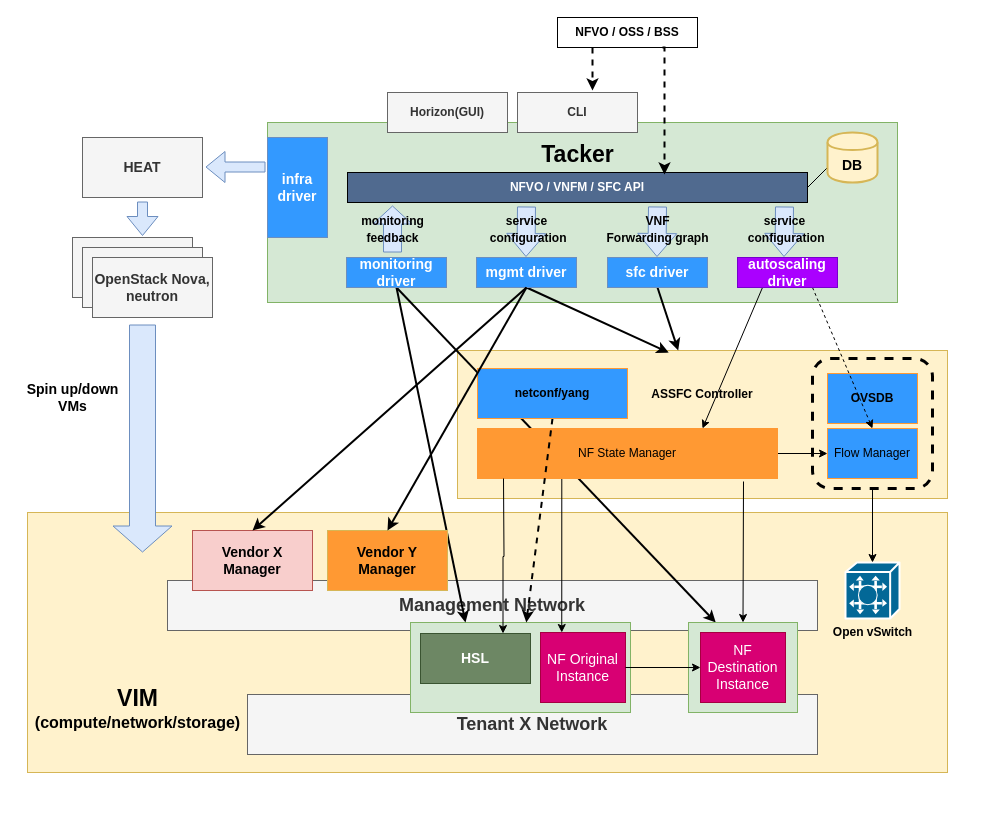
Above: ASSFC Arch.drawio in nhbinh/draw.io (draw.io), before the change. Source tidied: cells renumbered, new cells numbered last; positions are measured from the earlier drawing's top-left corner, leaving out a move shared by most shapes. Both pictures are drawn from the tidied source at 100%, with x=0, y=0 at pixel (17, 17).
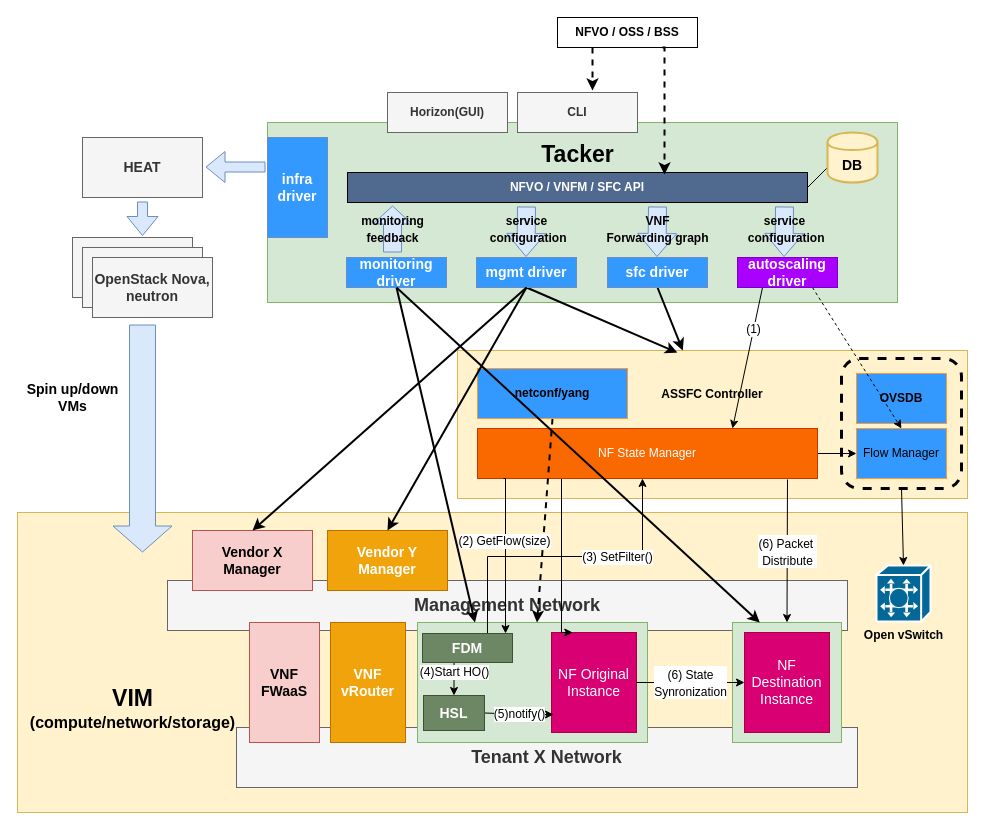
Above is the later version.

The change refers to these unchanged cells:
```xml
<mxCell id="18" value="&lt;b style=&quot;font-size: 14px;&quot;&gt;&lt;font color=&quot;#ffffff&quot; style=&quot;font-size: 14px;&quot;&gt;monitoring driver&lt;/font&gt;&lt;/b&gt;" style="rounded=0;whiteSpace=wrap;html=1;fillColor=#3399FF;strokeColor=#6c8ebf;fontSize=14;flipH=0;" parent="1" vertex="1">
  <mxGeometry x="329" y="240" width="100" height="30" as="geometry" />
</mxCell>
<mxCell id="55" style="edgeStyle=none;rounded=0;jettySize=auto;html=1;exitX=0.25;exitY=1;exitDx=0;exitDy=0;entryX=0.75;entryY=0;entryDx=0;entryDy=0;labelBackgroundColor=none;startArrow=none;startFill=0;endArrow=classic;endFill=1;strokeWidth=1;fontSize=14;fontColor=#000000;" parent="1" edge="1" source="57" target="27">
  <mxGeometry relative="1" as="geometry" />
</mxCell>
```

Diff of the diagram source:
```diff
@@
     <mxCell id="2" style="rounded=0;whiteSpace=wrap;html=1;strokeColor=#d6b656;fillColor=#fff2cc;" parent="1" vertex="1">
-      <mxGeometry x="10" y="495" width="920" height="260" as="geometry" />
+      <mxGeometry y="495" width="950" height="300" as="geometry" />
     </mxCell>
     <mxCell id="3" value="&lt;font size=&quot;1&quot;&gt;&lt;b style=&quot;font-size: 18px&quot;&gt;Tenant X Network&lt;/b&gt;&lt;/font&gt;" style="rounded=0;whiteSpace=wrap;html=1;strokeColor=#666666;fillColor=#f5f5f5;fontColor=#333333;" parent="1" vertex="1">
-      <mxGeometry x="230" y="677" width="570" height="60" as="geometry" />
+      <mxGeometry x="219" y="710" width="621" height="60" as="geometry" />
     </mxCell>
     <mxCell id="4" value="&lt;font size=&quot;1&quot;&gt;&lt;b style=&quot;font-size: 18px&quot;&gt;Management Network&lt;/b&gt;&lt;/font&gt;" style="rounded=0;whiteSpace=wrap;html=1;strokeColor=#666666;fillColor=#f5f5f5;fontColor=#333333;" parent="1" vertex="1">
-      <mxGeometry x="150" y="563" width="650" height="50" as="geometry" />
+      <mxGeometry x="150" y="563" width="680" height="50" as="geometry" />
     </mxCell>
     <mxCell id="5" style="rounded=0;whiteSpace=wrap;html=1;strokeColor=#82b366;strokeWidth=1;fillColor=#d5e8d4;fontSize=14;" parent="1" vertex="1">
-      <mxGeometry x="393" y="605" width="220" height="90" as="geometry" />
+      <mxGeometry x="400" y="605" width="230" height="120" as="geometry" />
     </mxCell>
     <mxCell id="6" value="NF Original Instance" style="rounded=0;whiteSpace=wrap;html=1;strokeColor=#A50040;strokeWidth=1;fillColor=#d80073;fontSize=14;fontColor=#ffffff;" parent="1" vertex="1">
-      <mxGeometry x="523" y="615" width="85" height="70" as="geometry" />
+      <mxGeometry x="534" y="615" width="85" height="100" as="geometry" />
     </mxCell>
     <mxCell id="7" value="&lt;b&gt;ASSFC Controller&lt;/b&gt;" style="rounded=0;whiteSpace=wrap;html=1;strokeColor=#d6b656;fillColor=#fff2cc;spacingTop=-60;" parent="1" vertex="1">
-      <mxGeometry x="440" y="333" width="490" height="148" as="geometry" />
+      <mxGeometry x="440" y="333" width="510" height="148" as="geometry" />
     </mxCell>
     <mxCell id="8" style="rounded=1;whiteSpace=wrap;html=1;strokeColor=#000000;fillColor=none;fontSize=14;fontColor=#000000;dashed=1;strokeWidth=3;" parent="1" vertex="1">
-      <mxGeometry x="795" y="341" width="120" height="130" as="geometry" />
+      <mxGeometry x="824" y="341" width="120" height="130" as="geometry" />
     </mxCell>
@@
-    <mxCell id="17" style="edgeStyle=none;rounded=0;jettySize=auto;html=1;exitX=0.5;exitY=1;exitDx=0;exitDy=0;entryX=0.25;entryY=0;entryDx=0;entryDy=0;strokeWidth=2;" parent="1" edge="1" source="18" target="36">
-      <mxGeometry relative="1" as="geometry" />
-    </mxCell>
@@
-    <mxCell id="25" style="rounded=0;jettySize=auto;html=1;entryX=0.5;entryY=0;entryDx=0;entryDy=0;fontSize=14;fontColor=#000000;" parent="1" edge="1" target="36">
+    <mxCell id="25" value="&lt;span style=&quot;font-size: 12px&quot;&gt;(6) Packet&amp;nbsp;&lt;br&gt;Distribute&lt;br&gt;&lt;/span&gt;" style="rounded=0;jettySize=auto;html=1;entryX=0.5;entryY=0;entryDx=0;entryDy=0;fontSize=14;fontColor=#000000;" parent="1" edge="1" target="36">
       <mxGeometry relative="1" as="geometry">
-        <mxPoint x="726" y="464" as="sourcePoint" />
+        <mxPoint x="770" y="462" as="sourcePoint" />
       </mxGeometry>
     </mxCell>
@@
-    <mxCell id="27" value="NF State Manager" style="rounded=0;whiteSpace=wrap;html=1;strokeColor=#FF9933;fillColor=#FF9933;" parent="1" vertex="1">
-      <mxGeometry x="460" y="411" width="300" height="50" as="geometry" />
+    <mxCell id="27" value="NF State Manager" style="rounded=0;whiteSpace=wrap;html=1;strokeColor=#C73500;fillColor=#fa6800;fontColor=#ffffff;" parent="1" vertex="1">
+      <mxGeometry x="460" y="411" width="340" height="50" as="geometry" />
     </mxCell>
     <mxCell id="28" value="Flow Manager" style="rounded=0;whiteSpace=wrap;html=1;strokeColor=#FF9933;fillColor=#3399FF;" parent="1" vertex="1">
-      <mxGeometry x="810" y="411" width="90" height="50" as="geometry" />
+      <mxGeometry x="839" y="411" width="90" height="50" as="geometry" />
     </mxCell>
     <mxCell id="29" value="&lt;b&gt;Open vSwitch&lt;/b&gt;" style="shape=mxgraph.cisco.switches.programmable_switch;html=1;dashed=0;fillColor=#036897;strokeColor=#ffffff;strokeWidth=2;verticalLabelPosition=bottom;verticalAlign=top;" parent="1" vertex="1">
-      <mxGeometry x="828" y="545" width="54" height="56" as="geometry" />
+      <mxGeometry x="859" y="548" width="54" height="56" as="geometry" />
     </mxCell>
@@
-    <mxCell id="31" value="&lt;b&gt;&lt;font style=&quot;font-size: 14px&quot;&gt;Vendor Y Manager&lt;/font&gt;&lt;/b&gt;" style="rounded=0;whiteSpace=wrap;html=1;strokeColor=#d6b656;fillColor=#FF9933;" parent="1" vertex="1">
+    <mxCell id="31" value="&lt;b&gt;&lt;font style=&quot;font-size: 14px&quot;&gt;Vendor Y Manager&lt;/font&gt;&lt;/b&gt;" style="rounded=0;whiteSpace=wrap;html=1;strokeColor=#BD7000;fillColor=#f0a30a;fontColor=#ffffff;" parent="1" vertex="1">
       <mxGeometry x="310" y="513" width="120" height="60" as="geometry" />
     </mxCell>
     <mxCell id="32" value="&lt;b&gt;OVSDB&lt;/b&gt;" style="rounded=0;whiteSpace=wrap;html=1;strokeColor=#FF9933;fillColor=#3399FF;" parent="1" vertex="1">
-      <mxGeometry x="810" y="356" width="90" height="50" as="geometry" />
+      <mxGeometry x="839" y="356" width="90" height="50" as="geometry" />
     </mxCell>
@@
     <mxCell id="36" style="rounded=0;whiteSpace=wrap;html=1;strokeColor=#82b366;strokeWidth=1;fillColor=#d5e8d4;fontSize=14;" parent="1" vertex="1">
-      <mxGeometry x="671" y="605" width="109" height="90" as="geometry" />
+      <mxGeometry x="715" y="605" width="109" height="120" as="geometry" />
     </mxCell>
     <mxCell id="37" value="NF Destination Instance" style="rounded=0;whiteSpace=wrap;html=1;strokeColor=#A50040;strokeWidth=1;fillColor=#d80073;fontSize=14;fontColor=#ffffff;" parent="1" vertex="1">
-      <mxGeometry x="683" y="615" width="85" height="70" as="geometry" />
+      <mxGeometry x="727" y="615" width="85" height="100" as="geometry" />
     </mxCell>
-    <mxCell id="38" style="edgeStyle=none;rounded=0;jettySize=auto;html=1;fontSize=14;fontColor=#000000;" parent="1" edge="1" source="6" target="37">
+    <mxCell id="38" value="&lt;font style=&quot;font-size: 12px&quot;&gt;(6) State&lt;br&gt;Synronization&lt;br&gt;&lt;/font&gt;" style="edgeStyle=none;rounded=0;jettySize=auto;html=1;fontSize=14;fontColor=#000000;" parent="1" edge="1" source="6" target="37">
       <mxGeometry relative="1" as="geometry" />
     </mxCell>
+    <mxCell id="62" style="rounded=0;jettySize=auto;html=1;edgeStyle=orthogonalEdgeStyle;" parent="1" edge="1" target="27">
+      <mxGeometry relative="1" as="geometry">
+        <mxPoint x="470" y="617" as="sourcePoint" />
+        <Array as="points">
+          <mxPoint x="470" y="617" />
+          <mxPoint x="470" y="539" />
+          <mxPoint x="625" y="539" />
+        </Array>
+      </mxGeometry>
+    </mxCell>
+    <mxCell id="63" value="(3) SetFilter()" style="text;html=1;align=center;verticalAlign=middle;labelBackgroundColor=#ffffff;" parent="62" vertex="1">
+      <mxGeometry x="0.33" relative="1" as="geometry" />
+    </mxCell>
+    <mxCell id="64" value="&lt;font style=&quot;font-size: 12px&quot;&gt;(4)Start HO()&lt;/font&gt;" style="edgeStyle=orthogonalEdgeStyle;rounded=0;jettySize=auto;html=1;exitX=0.5;exitY=1;exitDx=0;exitDy=0;entryX=0.5;entryY=0;entryDx=0;entryDy=0;" parent="1" edge="1" source="39" target="68">
+      <mxGeometry relative="1" as="geometry" />
+    </mxCell>
-    <mxCell id="39" value="&lt;b&gt;HSL&lt;/b&gt;" style="rounded=0;whiteSpace=wrap;html=1;strokeColor=#3A5431;strokeWidth=1;fillColor=#6d8764;fontSize=14;fontColor=#ffffff;" parent="1" vertex="1">
-      <mxGeometry x="403" y="616" width="110" height="50" as="geometry" />
+    <mxCell id="39" value="&lt;b&gt;FDM&lt;/b&gt;" style="rounded=0;whiteSpace=wrap;html=1;strokeColor=#3A5431;strokeWidth=1;fillColor=#6d8764;fontSize=14;fontColor=#ffffff;" parent="1" vertex="1">
+      <mxGeometry x="405" y="616" width="90" height="29" as="geometry" />
     </mxCell>
@@
-    <mxCell id="50" style="edgeStyle=orthogonalEdgeStyle;rounded=0;jettySize=auto;html=1;entryX=0.75;entryY=0;entryDx=0;entryDy=0;labelBackgroundColor=none;fontSize=14;fontColor=#000000;" parent="1" edge="1" target="39">
+    <mxCell id="50" style="edgeStyle=orthogonalEdgeStyle;rounded=0;orthogonalLoop=1;jettySize=auto;html=1;labelBackgroundColor=none;fontSize=14;fontColor=#000000;" parent="1" edge="1">
       <mxGeometry relative="1" as="geometry">
         <mxPoint x="486" y="461" as="sourcePoint" />
+        <mxPoint x="488" y="616" as="targetPoint" />
+        <Array as="points">
+          <mxPoint x="488" y="461" />
+        </Array>
       </mxGeometry>
     </mxCell>
+    <mxCell id="65" value="(2) GetFlow(size)" style="text;html=1;align=center;verticalAlign=middle;labelBackgroundColor=#ffffff;" parent="50" vertex="1">
+      <mxGeometry x="-0.18" y="-2" relative="1" as="geometry" />
+    </mxCell>
@@
+    <mxCell id="66" value="(1)" style="text;html=1;align=center;verticalAlign=middle;labelBackgroundColor=#ffffff;" parent="55" vertex="1">
+      <mxGeometry x="-0.4" y="-1" relative="1" as="geometry" />
+    </mxCell>
@@
     <mxCell id="61" value="&lt;b&gt;&lt;font&gt;&lt;span style=&quot;font-size: 23px&quot;&gt;VIM&lt;/span&gt;&lt;br&gt;&lt;font style=&quot;font-size: 16px&quot;&gt;(compute/network/storage)&lt;/font&gt;&lt;br&gt;&lt;/font&gt;&lt;/b&gt;" style="text;html=1;align=center;verticalAlign=top;spacingTop=-4;" parent="1" vertex="1">
-      <mxGeometry x="10" y="665" width="220" height="30" as="geometry" />
+      <mxGeometry x="5" y="665" width="220" height="30" as="geometry" />
     </mxCell>
+    <mxCell id="67" value="&lt;font style=&quot;font-size: 12px&quot;&gt;(5)notify()&lt;/font&gt;" style="rounded=0;jettySize=auto;html=1;exitX=1;exitY=0.5;exitDx=0;exitDy=0;entryX=0.024;entryY=0.82;entryDx=0;entryDy=0;entryPerimeter=0;" parent="1" edge="1" source="68" target="6">
+      <mxGeometry relative="1" as="geometry">
+        <Array as="points">
+          <mxPoint x="510" y="697" />
+        </Array>
+      </mxGeometry>
+    </mxCell>
+    <mxCell id="68" value="&lt;b&gt;HSL&lt;/b&gt;" style="rounded=0;whiteSpace=wrap;html=1;strokeColor=#3A5431;strokeWidth=1;fillColor=#6d8764;fontSize=14;fontColor=#ffffff;" parent="1" vertex="1">
+      <mxGeometry x="406" y="678" width="61" height="35" as="geometry" />
+    </mxCell>
+    <mxCell id="17" style="edgeStyle=none;rounded=0;jettySize=auto;html=1;exitX=0.5;exitY=1;exitDx=0;exitDy=0;entryX=0.25;entryY=0;entryDx=0;entryDy=0;strokeWidth=2;" parent="1" edge="1" source="18" target="36">
+      <mxGeometry relative="1" as="geometry" />
+    </mxCell>
+    <mxCell id="69" value="&lt;b&gt;&lt;font style=&quot;font-size: 14px&quot;&gt;VNF&lt;br&gt;FWaaS&lt;br&gt;&lt;/font&gt;&lt;/b&gt;" style="rounded=0;whiteSpace=wrap;html=1;strokeColor=#b85450;fillColor=#f8cecc;" parent="1" vertex="1">
+      <mxGeometry x="232" y="605" width="70" height="120" as="geometry" />
+    </mxCell>
+    <mxCell id="70" value="&lt;b&gt;&lt;font style=&quot;font-size: 14px&quot;&gt;VNF&lt;br&gt;vRouter&lt;br&gt;&lt;/font&gt;&lt;/b&gt;" style="rounded=0;whiteSpace=wrap;html=1;strokeColor=#BD7000;fillColor=#f0a30a;fontColor=#ffffff;" parent="1" vertex="1">
+      <mxGeometry x="313" y="605" width="75" height="120" as="geometry" />
+    </mxCell>
```
